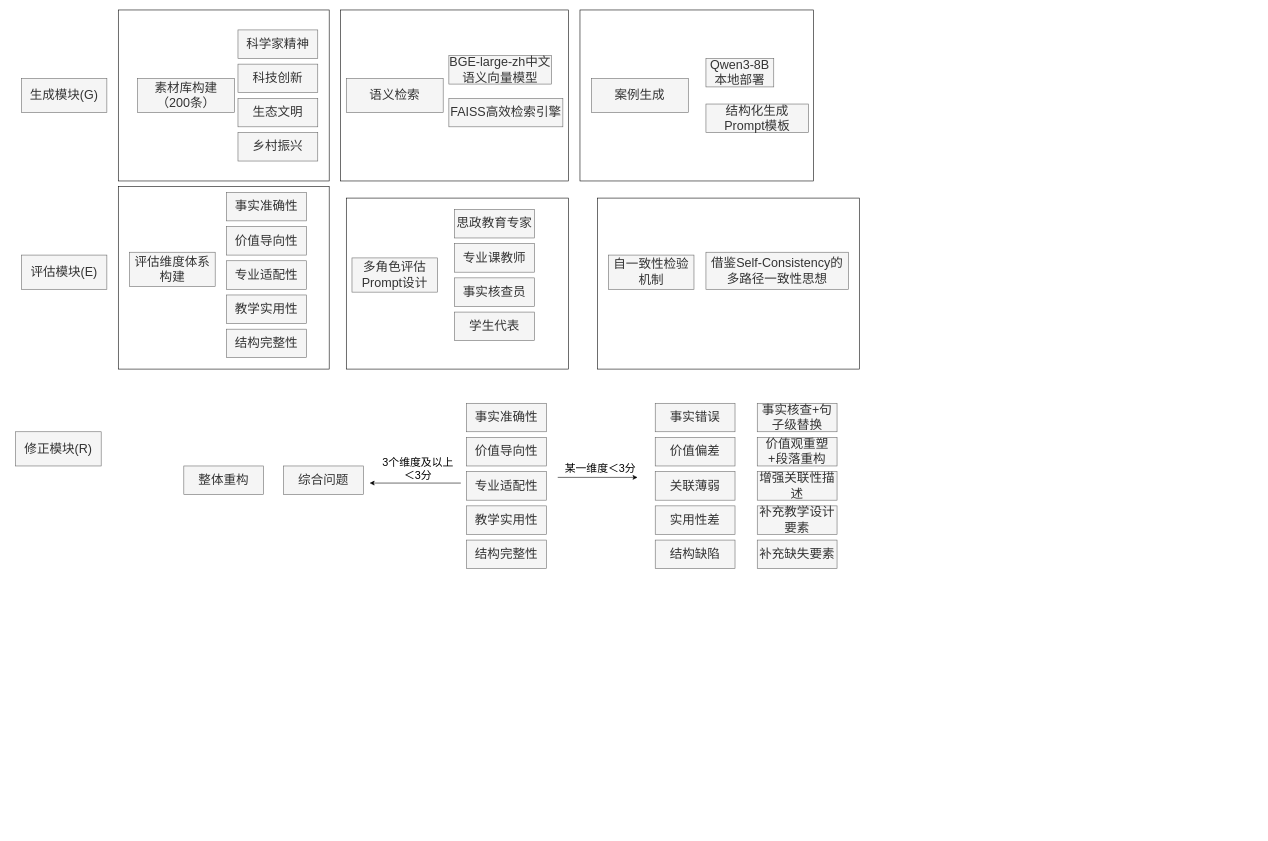
Above: （开题报告3）总体研究框架.drawio in handsome-tony/picture (draw.io), before the change. Source tidied: cells renumbered, new cells numbered last; positions are measured from the earlier drawing's top-left corner, leaving out a move shared by most shapes. Both pictures are drawn from the tidied source at 57%, with x=0, y=0 at pixel (15, 10).
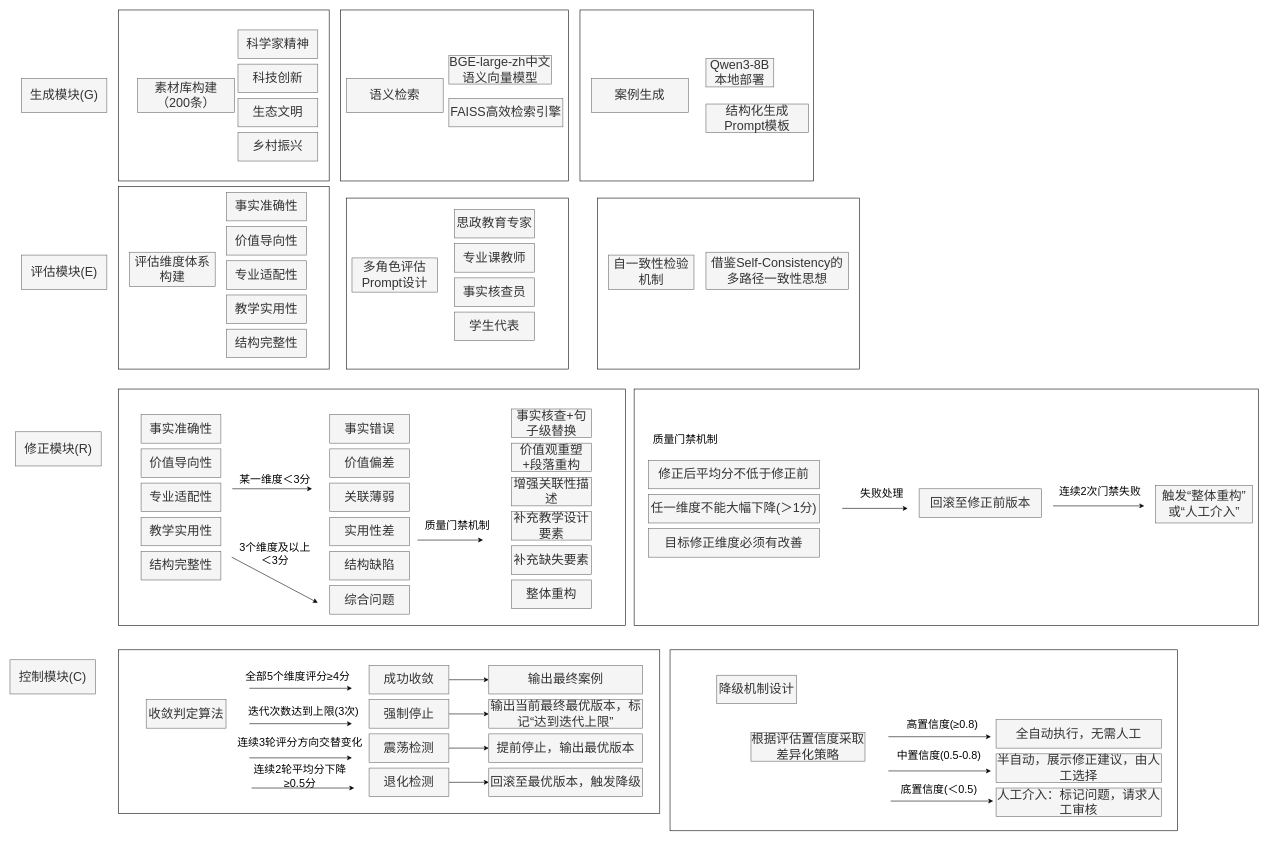
The same diagram, later.

Commit message:
更新（开题报告3）总体研究框架.drawio

Change to the diagram source:
```diff
@@
+    <mxCell id="56" style="rounded=0;whiteSpace=wrap;html=1;" parent="1" vertex="1">
+      <mxGeometry x="1148" y="1122.5" width="890" height="317.5" as="geometry" />
+    </mxCell>
+    <mxCell id="57" style="rounded=0;whiteSpace=wrap;html=1;" parent="1" vertex="1">
+      <mxGeometry x="180" y="1122.5" width="950" height="287.5" as="geometry" />
+    </mxCell>
+    <mxCell id="58" style="rounded=0;whiteSpace=wrap;html=1;" parent="1" vertex="1">
+      <mxGeometry x="1085" y="665" width="1095" height="415" as="geometry" />
+    </mxCell>
+    <mxCell id="59" style="rounded=0;whiteSpace=wrap;html=1;" parent="1" vertex="1">
+      <mxGeometry x="180" y="665" width="890" height="415" as="geometry" />
+    </mxCell>
@@
     <mxCell id="35" value="&lt;span style=&quot;font-size: 22px;&quot;&gt;事实准确性&lt;/span&gt;" style="rounded=0;whiteSpace=wrap;html=1;fillColor=#f5f5f5;fontColor=#333333;strokeColor=#666666;" parent="1" vertex="1">
-      <mxGeometry x="791" y="690" width="140" height="50" as="geometry" />
+      <mxGeometry x="220" y="710" width="140" height="50" as="geometry" />
     </mxCell>
     <mxCell id="36" value="&lt;span style=&quot;font-size: 22px;&quot;&gt;价值导向性&lt;/span&gt;" style="rounded=0;whiteSpace=wrap;html=1;fillColor=#f5f5f5;fontColor=#333333;strokeColor=#666666;" parent="1" vertex="1">
-      <mxGeometry x="791" y="750" width="140" height="50" as="geometry" />
+      <mxGeometry x="220" y="770" width="140" height="50" as="geometry" />
     </mxCell>
     <mxCell id="37" value="&lt;span style=&quot;font-size: 22px;&quot;&gt;专业适配性&lt;/span&gt;" style="rounded=0;whiteSpace=wrap;html=1;fillColor=#f5f5f5;fontColor=#333333;strokeColor=#666666;" parent="1" vertex="1">
-      <mxGeometry x="791" y="810" width="140" height="50" as="geometry" />
+      <mxGeometry x="220" y="830" width="140" height="50" as="geometry" />
     </mxCell>
     <mxCell id="38" value="&lt;span style=&quot;font-size: 22px;&quot;&gt;教学实用性&lt;/span&gt;" style="rounded=0;whiteSpace=wrap;html=1;fillColor=#f5f5f5;fontColor=#333333;strokeColor=#666666;" parent="1" vertex="1">
-      <mxGeometry x="791" y="870" width="140" height="50" as="geometry" />
+      <mxGeometry x="220" y="890" width="140" height="50" as="geometry" />
     </mxCell>
     <mxCell id="39" value="&lt;span style=&quot;font-size: 22px;&quot;&gt;结构完整性&lt;/span&gt;" style="rounded=0;whiteSpace=wrap;html=1;fillColor=#f5f5f5;fontColor=#333333;strokeColor=#666666;" parent="1" vertex="1">
-      <mxGeometry x="791" y="930" width="140" height="50" as="geometry" />
+      <mxGeometry x="220" y="950" width="140" height="50" as="geometry" />
     </mxCell>
     <mxCell id="40" value="&lt;span style=&quot;font-size: 22px;&quot;&gt;事实错误&lt;/span&gt;" style="rounded=0;whiteSpace=wrap;html=1;fillColor=#f5f5f5;fontColor=#333333;strokeColor=#666666;" parent="1" vertex="1">
-      <mxGeometry x="1122" y="690" width="140" height="50" as="geometry" />
+      <mxGeometry x="551" y="710" width="140" height="50" as="geometry" />
     </mxCell>
     <mxCell id="41" value="&lt;span style=&quot;font-size: 22px;&quot;&gt;价值偏差&lt;/span&gt;" style="rounded=0;whiteSpace=wrap;html=1;fillColor=#f5f5f5;fontColor=#333333;strokeColor=#666666;" parent="1" vertex="1">
-      <mxGeometry x="1122" y="750" width="140" height="50" as="geometry" />
+      <mxGeometry x="551" y="770" width="140" height="50" as="geometry" />
     </mxCell>
     <mxCell id="42" value="&lt;span style=&quot;font-size: 22px;&quot;&gt;关联薄弱&lt;/span&gt;" style="rounded=0;whiteSpace=wrap;html=1;fillColor=#f5f5f5;fontColor=#333333;strokeColor=#666666;" parent="1" vertex="1">
-      <mxGeometry x="1122" y="810" width="140" height="50" as="geometry" />
+      <mxGeometry x="551" y="830" width="140" height="50" as="geometry" />
     </mxCell>
     <mxCell id="43" value="&lt;span style=&quot;font-size: 22px;&quot;&gt;实用性差&lt;/span&gt;" style="rounded=0;whiteSpace=wrap;html=1;fillColor=#f5f5f5;fontColor=#333333;strokeColor=#666666;" parent="1" vertex="1">
-      <mxGeometry x="1122" y="870" width="140" height="50" as="geometry" />
+      <mxGeometry x="551" y="890" width="140" height="50" as="geometry" />
     </mxCell>
     <mxCell id="44" value="&lt;span style=&quot;font-size: 22px;&quot;&gt;结构缺陷&lt;/span&gt;" style="rounded=0;whiteSpace=wrap;html=1;fillColor=#f5f5f5;fontColor=#333333;strokeColor=#666666;" parent="1" vertex="1">
-      <mxGeometry x="1122" y="930" width="140" height="50" as="geometry" />
+      <mxGeometry x="551" y="950" width="140" height="50" as="geometry" />
     </mxCell>
     <mxCell id="45" value="&lt;span style=&quot;font-size: 22px;&quot;&gt;综合问题&lt;/span&gt;" style="rounded=0;whiteSpace=wrap;html=1;fillColor=#f5f5f5;fontColor=#333333;strokeColor=#666666;" parent="1" vertex="1">
-      <mxGeometry x="470" y="800" width="140" height="50" as="geometry" />
+      <mxGeometry x="551" y="1010" width="140" height="50" as="geometry" />
     </mxCell>
     <mxCell id="46" style="endArrow=classic;html=1;rounded=0;" parent="1" edge="1">
       <mxGeometry relative="1" as="geometry">
-        <mxPoint x="951" y="820" as="sourcePoint" />
-        <mxPoint x="1091" y="820" as="targetPoint" />
+        <mxPoint x="380" y="840" as="sourcePoint" />
+        <mxPoint x="520" y="840" as="targetPoint" />
       </mxGeometry>
     </mxCell>
     <mxCell id="47" value="&lt;span style=&quot;font-size: 19px;&quot;&gt;某一维度＜3分&lt;/span&gt;" style="text;html=1;whiteSpace=wrap;strokeColor=none;fillColor=none;align=center;verticalAlign=middle;rounded=0;" parent="1" vertex="1">
-      <mxGeometry x="961" y="790" width="130" height="30" as="geometry" />
+      <mxGeometry x="390" y="810" width="130" height="30" as="geometry" />
     </mxCell>
     <mxCell id="48" style="endArrow=classic;html=1;rounded=0;" parent="1" edge="1">
       <mxGeometry relative="1" as="geometry">
-        <mxPoint x="781" y="830" as="sourcePoint" />
-        <mxPoint x="621" y="830" as="targetPoint" />
+        <mxPoint x="379" y="960" as="sourcePoint" />
+        <mxPoint x="530" y="1040" as="targetPoint" />
       </mxGeometry>
     </mxCell>
     <mxCell id="49" value="&lt;span style=&quot;font-size: 19px;&quot;&gt;3个维度及以上＜3分&lt;/span&gt;" style="text;html=1;whiteSpace=wrap;strokeColor=none;fillColor=none;align=center;verticalAlign=middle;rounded=0;" parent="1" vertex="1">
-      <mxGeometry x="641" y="790" width="130" height="30" as="geometry" />
+      <mxGeometry x="390" y="940" width="130" height="30" as="geometry" />
     </mxCell>
     <mxCell id="50" value="&lt;span style=&quot;font-size: 22px;&quot;&gt;事实核查+句子级替换&lt;/span&gt;" style="rounded=0;whiteSpace=wrap;html=1;fillColor=#f5f5f5;fontColor=#333333;strokeColor=#666666;" parent="1" vertex="1">
-      <mxGeometry x="1301" y="690" width="140" height="50" as="geometry" />
+      <mxGeometry x="870" y="700" width="140" height="50" as="geometry" />
     </mxCell>
     <mxCell id="51" value="&lt;span style=&quot;font-size: 22px;&quot;&gt;价值观重塑+段落重构&lt;/span&gt;" style="rounded=0;whiteSpace=wrap;html=1;fillColor=#f5f5f5;fontColor=#333333;strokeColor=#666666;" parent="1" vertex="1">
-      <mxGeometry x="1301" y="750" width="140" height="50" as="geometry" />
+      <mxGeometry x="870" y="760" width="140" height="50" as="geometry" />
     </mxCell>
     <mxCell id="52" value="&lt;span style=&quot;font-size: 22px;&quot;&gt;增强关联性描述&lt;/span&gt;" style="rounded=0;whiteSpace=wrap;html=1;fillColor=#f5f5f5;fontColor=#333333;strokeColor=#666666;" parent="1" vertex="1">
-      <mxGeometry x="1301" y="810" width="140" height="50" as="geometry" />
+      <mxGeometry x="870" y="820" width="140" height="50" as="geometry" />
     </mxCell>
     <mxCell id="53" value="&lt;span style=&quot;font-size: 22px;&quot;&gt;补充教学设计要素&lt;/span&gt;" style="rounded=0;whiteSpace=wrap;html=1;fillColor=#f5f5f5;fontColor=#333333;strokeColor=#666666;" parent="1" vertex="1">
-      <mxGeometry x="1301" y="870" width="140" height="50" as="geometry" />
+      <mxGeometry x="870" y="880" width="140" height="50" as="geometry" />
     </mxCell>
     <mxCell id="54" value="&lt;span style=&quot;font-size: 22px;&quot;&gt;补充缺失要素&lt;/span&gt;" style="rounded=0;whiteSpace=wrap;html=1;fillColor=#f5f5f5;fontColor=#333333;strokeColor=#666666;" parent="1" vertex="1">
-      <mxGeometry x="1301" y="930" width="140" height="50" as="geometry" />
+      <mxGeometry x="870" y="940" width="140" height="50" as="geometry" />
     </mxCell>
     <mxCell id="55" value="&lt;span style=&quot;font-size: 22px;&quot;&gt;整体重构&lt;/span&gt;" style="rounded=0;whiteSpace=wrap;html=1;fillColor=#f5f5f5;fontColor=#333333;strokeColor=#666666;" parent="1" vertex="1">
-      <mxGeometry x="295" y="800" width="140" height="50" as="geometry" />
+      <mxGeometry x="870" y="1000" width="140" height="50" as="geometry" />
     </mxCell>
+    <mxCell id="60" value="&lt;font style=&quot;font-size: 22px;&quot;&gt;控制模块(C)&lt;/font&gt;" style="rounded=0;whiteSpace=wrap;html=1;fillColor=#f5f5f5;fontColor=#333333;strokeColor=#666666;" parent="1" vertex="1">
+      <mxGeometry x="-10" y="1140" width="150" height="60" as="geometry" />
+    </mxCell>
+    <mxCell id="61" style="endArrow=classic;html=1;rounded=0;" parent="1" edge="1">
+      <mxGeometry relative="1" as="geometry">
+        <mxPoint x="705" y="930" as="sourcePoint" />
+        <mxPoint x="820" y="930" as="targetPoint" />
+      </mxGeometry>
+    </mxCell>
+    <mxCell id="62" value="&lt;span style=&quot;font-size: 22px;&quot;&gt;修正后平均分不低于修正前&lt;/span&gt;" style="rounded=0;whiteSpace=wrap;html=1;fillColor=#f5f5f5;fontColor=#333333;strokeColor=#666666;" parent="1" vertex="1">
+      <mxGeometry x="1110" y="790" width="300" height="50" as="geometry" />
+    </mxCell>
+    <mxCell id="63" value="&lt;span style=&quot;font-size: 22px;&quot;&gt;任一维度不能大幅下降(＞1分)&lt;/span&gt;" style="rounded=0;whiteSpace=wrap;html=1;fillColor=#f5f5f5;fontColor=#333333;strokeColor=#666666;" parent="1" vertex="1">
+      <mxGeometry x="1110" y="850" width="300" height="50" as="geometry" />
+    </mxCell>
+    <mxCell id="64" value="&lt;span style=&quot;font-size: 22px;&quot;&gt;目标修正维度必须有改善&lt;/span&gt;" style="rounded=0;whiteSpace=wrap;html=1;fillColor=#f5f5f5;fontColor=#333333;strokeColor=#666666;" parent="1" vertex="1">
+      <mxGeometry x="1110" y="910" width="300" height="50" as="geometry" />
+    </mxCell>
+    <mxCell id="65" value="&lt;span style=&quot;font-size: 19px;&quot;&gt;质量门禁机制&lt;/span&gt;" style="text;html=1;whiteSpace=wrap;strokeColor=none;fillColor=none;align=center;verticalAlign=middle;rounded=0;" parent="1" vertex="1">
+      <mxGeometry x="710" y="890" width="130" height="30" as="geometry" />
+    </mxCell>
+    <mxCell id="66" value="&lt;span style=&quot;font-size: 19px;&quot;&gt;质量门禁机制&lt;/span&gt;" style="text;html=1;whiteSpace=wrap;strokeColor=none;fillColor=none;align=center;verticalAlign=middle;rounded=0;" parent="1" vertex="1">
+      <mxGeometry x="1110" y="740" width="130" height="30" as="geometry" />
+    </mxCell>
+    <mxCell id="67" style="endArrow=classic;html=1;rounded=0;" parent="1" edge="1">
+      <mxGeometry relative="1" as="geometry">
+        <mxPoint x="1450" y="874.4" as="sourcePoint" />
+        <mxPoint x="1565" y="874.4" as="targetPoint" />
+      </mxGeometry>
+    </mxCell>
+    <mxCell id="68" value="&lt;span style=&quot;font-size: 19px;&quot;&gt;失败处理&lt;/span&gt;" style="text;html=1;whiteSpace=wrap;strokeColor=none;fillColor=none;align=center;verticalAlign=middle;rounded=0;" parent="1" vertex="1">
+      <mxGeometry x="1455" y="834.4" width="130" height="30" as="geometry" />
+    </mxCell>
+    <mxCell id="69" value="&lt;span style=&quot;font-size: 22px;&quot;&gt;回滚至修正前版本&lt;/span&gt;" style="rounded=0;whiteSpace=wrap;html=1;fillColor=#f5f5f5;fontColor=#333333;strokeColor=#666666;" parent="1" vertex="1">
+      <mxGeometry x="1585" y="840" width="215" height="50" as="geometry" />
+    </mxCell>
+    <mxCell id="70" style="endArrow=classic;html=1;rounded=0;" parent="1" edge="1">
+      <mxGeometry relative="1" as="geometry">
+        <mxPoint x="1820" y="870" as="sourcePoint" />
+        <mxPoint x="1980" y="870" as="targetPoint" />
+      </mxGeometry>
+    </mxCell>
+    <mxCell id="71" value="&lt;span style=&quot;font-size: 19px;&quot;&gt;连续2次门禁失败&lt;/span&gt;" style="text;html=1;whiteSpace=wrap;strokeColor=none;fillColor=none;align=center;verticalAlign=middle;rounded=0;" parent="1" vertex="1">
+      <mxGeometry x="1825" y="830" width="155" height="30" as="geometry" />
+    </mxCell>
+    <mxCell id="72" value="&lt;span style=&quot;font-size: 22px;&quot;&gt;触发“整体重构”或“人工介入”&lt;/span&gt;" style="rounded=0;whiteSpace=wrap;html=1;fillColor=#f5f5f5;fontColor=#333333;strokeColor=#666666;" parent="1" vertex="1">
+      <mxGeometry x="2000" y="834.4" width="170" height="65.6" as="geometry" />
+    </mxCell>
+    <mxCell id="73" value="&lt;span style=&quot;font-size: 22px;&quot;&gt;收敛判定算法&lt;/span&gt;" style="rounded=0;whiteSpace=wrap;html=1;fillColor=#f5f5f5;fontColor=#333333;strokeColor=#666666;" parent="1" vertex="1">
+      <mxGeometry x="229" y="1210" width="140" height="50" as="geometry" />
+    </mxCell>
+    <mxCell id="74" style="edgeStyle=orthogonalEdgeStyle;rounded=0;jettySize=auto;html=1;entryX=0;entryY=0.5;entryDx=0;entryDy=0;" parent="1" edge="1" source="75" target="90">
+      <mxGeometry relative="1" as="geometry" />
+    </mxCell>
+    <mxCell id="75" value="&lt;span style=&quot;font-size: 22px;&quot;&gt;成功收敛&lt;/span&gt;" style="rounded=0;whiteSpace=wrap;html=1;fillColor=#f5f5f5;fontColor=#333333;strokeColor=#666666;" parent="1" vertex="1">
+      <mxGeometry x="620" y="1150" width="140" height="50" as="geometry" />
+    </mxCell>
+    <mxCell id="76" style="edgeStyle=orthogonalEdgeStyle;rounded=0;jettySize=auto;html=1;entryX=0;entryY=0.5;entryDx=0;entryDy=0;" parent="1" edge="1" source="77" target="91">
+      <mxGeometry relative="1" as="geometry" />
+    </mxCell>
+    <mxCell id="77" value="&lt;span style=&quot;font-size: 22px;&quot;&gt;强制停止&lt;/span&gt;" style="rounded=0;whiteSpace=wrap;html=1;fillColor=#f5f5f5;fontColor=#333333;strokeColor=#666666;" parent="1" vertex="1">
+      <mxGeometry x="620" y="1210" width="140" height="50" as="geometry" />
+    </mxCell>
+    <mxCell id="78" style="edgeStyle=orthogonalEdgeStyle;rounded=0;jettySize=auto;html=1;entryX=0;entryY=0.5;entryDx=0;entryDy=0;" parent="1" edge="1" source="79" target="92">
+      <mxGeometry relative="1" as="geometry" />
+    </mxCell>
+    <mxCell id="79" value="&lt;span style=&quot;font-size: 22px;&quot;&gt;震荡检测&lt;/span&gt;" style="rounded=0;whiteSpace=wrap;html=1;fillColor=#f5f5f5;fontColor=#333333;strokeColor=#666666;" parent="1" vertex="1">
+      <mxGeometry x="620" y="1270" width="140" height="50" as="geometry" />
+    </mxCell>
+    <mxCell id="80" style="edgeStyle=orthogonalEdgeStyle;rounded=0;jettySize=auto;html=1;entryX=0;entryY=0.5;entryDx=0;entryDy=0;" parent="1" edge="1" source="81" target="93">
+      <mxGeometry relative="1" as="geometry" />
+    </mxCell>
+    <mxCell id="81" value="&lt;span style=&quot;font-size: 22px;&quot;&gt;退化检测&lt;/span&gt;" style="rounded=0;whiteSpace=wrap;html=1;fillColor=#f5f5f5;fontColor=#333333;strokeColor=#666666;" parent="1" vertex="1">
+      <mxGeometry x="620" y="1330" width="140" height="50" as="geometry" />
+    </mxCell>
+    <mxCell id="82" style="endArrow=classic;html=1;rounded=0;" parent="1" edge="1">
+      <mxGeometry relative="1" as="geometry">
+        <mxPoint x="410" y="1190" as="sourcePoint" />
+        <mxPoint x="590" y="1190" as="targetPoint" />
+      </mxGeometry>
+    </mxCell>
+    <mxCell id="83" value="&lt;span style=&quot;font-size: 19px;&quot;&gt;全部5个维度评分≥4分&lt;/span&gt;" style="text;html=1;whiteSpace=wrap;strokeColor=none;fillColor=none;align=center;verticalAlign=middle;rounded=0;" parent="1" vertex="1">
+      <mxGeometry x="400" y="1155" width="190" height="30" as="geometry" />
+    </mxCell>
+    <mxCell id="84" style="endArrow=classic;html=1;rounded=0;" parent="1" edge="1">
+      <mxGeometry relative="1" as="geometry">
+        <mxPoint x="410" y="1252.1" as="sourcePoint" />
+        <mxPoint x="590" y="1252.1" as="targetPoint" />
+      </mxGeometry>
+    </mxCell>
+    <mxCell id="85" value="&lt;span style=&quot;font-size: 19px;&quot;&gt;迭代次数达到上限(3次)&lt;/span&gt;" style="text;html=1;whiteSpace=wrap;strokeColor=none;fillColor=none;align=center;verticalAlign=middle;rounded=0;" parent="1" vertex="1">
+      <mxGeometry x="400" y="1217.1" width="210" height="30" as="geometry" />
+    </mxCell>
+    <mxCell id="86" style="endArrow=classic;html=1;rounded=0;" parent="1" edge="1">
+      <mxGeometry relative="1" as="geometry">
+        <mxPoint x="410" y="1312.1" as="sourcePoint" />
+        <mxPoint x="590" y="1312.1" as="targetPoint" />
+      </mxGeometry>
+    </mxCell>
+    <mxCell id="87" value="&lt;span style=&quot;font-size: 19px;&quot;&gt;连续3轮评分方向交替变化&lt;/span&gt;" style="text;html=1;whiteSpace=wrap;strokeColor=none;fillColor=none;align=center;verticalAlign=middle;rounded=0;" parent="1" vertex="1">
+      <mxGeometry x="384" y="1270" width="230" height="30" as="geometry" />
+    </mxCell>
+    <mxCell id="88" style="endArrow=classic;html=1;rounded=0;" parent="1" edge="1">
+      <mxGeometry relative="1" as="geometry">
+        <mxPoint x="414" y="1365" as="sourcePoint" />
+        <mxPoint x="594" y="1365" as="targetPoint" />
+      </mxGeometry>
+    </mxCell>
+    <mxCell id="89" value="&lt;span style=&quot;font-size: 19px;&quot;&gt;连续2轮平均分下降≥0.5分&lt;/span&gt;" style="text;html=1;whiteSpace=wrap;strokeColor=none;fillColor=none;align=center;verticalAlign=middle;rounded=0;" parent="1" vertex="1">
+      <mxGeometry x="404" y="1330" width="190" height="30" as="geometry" />
+    </mxCell>
+    <mxCell id="90" value="&lt;span style=&quot;font-size: 22px;&quot;&gt;输出最终案例&lt;/span&gt;" style="rounded=0;whiteSpace=wrap;html=1;fillColor=#f5f5f5;fontColor=#333333;strokeColor=#666666;" parent="1" vertex="1">
+      <mxGeometry x="830" y="1150" width="270" height="50" as="geometry" />
+    </mxCell>
+    <mxCell id="91" value="&lt;span style=&quot;font-size: 22px;&quot;&gt;输出当前最终最优版本，标记“达到迭代上限”&lt;/span&gt;" style="rounded=0;whiteSpace=wrap;html=1;fillColor=#f5f5f5;fontColor=#333333;strokeColor=#666666;" parent="1" vertex="1">
+      <mxGeometry x="830" y="1210" width="270" height="50" as="geometry" />
+    </mxCell>
+    <mxCell id="92" value="&lt;span style=&quot;font-size: 22px;&quot;&gt;提前停止，输出最优版本&lt;/span&gt;" style="rounded=0;whiteSpace=wrap;html=1;fillColor=#f5f5f5;fontColor=#333333;strokeColor=#666666;" parent="1" vertex="1">
+      <mxGeometry x="830" y="1270" width="270" height="50" as="geometry" />
+    </mxCell>
+    <mxCell id="93" value="&lt;span style=&quot;font-size: 22px;&quot;&gt;回滚至最优版本，触发降级&lt;/span&gt;" style="rounded=0;whiteSpace=wrap;html=1;fillColor=#f5f5f5;fontColor=#333333;strokeColor=#666666;" parent="1" vertex="1">
+      <mxGeometry x="830" y="1330" width="270" height="50" as="geometry" />
+    </mxCell>
+    <mxCell id="94" value="&lt;span style=&quot;font-size: 22px;&quot;&gt;降级机制设计&lt;/span&gt;" style="rounded=0;whiteSpace=wrap;html=1;fillColor=#f5f5f5;fontColor=#333333;strokeColor=#666666;" parent="1" vertex="1">
+      <mxGeometry x="1230" y="1167.1" width="140" height="50" as="geometry" />
+    </mxCell>
+    <mxCell id="95" value="&lt;span style=&quot;font-size: 22px;&quot;&gt;根据评估置信度采取差异化策略&lt;/span&gt;" style="rounded=0;whiteSpace=wrap;html=1;fillColor=#f5f5f5;fontColor=#333333;strokeColor=#666666;" parent="1" vertex="1">
+      <mxGeometry x="1290" y="1267.9" width="200" height="50" as="geometry" />
+    </mxCell>
+    <mxCell id="96" value="&lt;span style=&quot;font-size: 22px;&quot;&gt;全自动执行，无需人工&lt;/span&gt;" style="rounded=0;whiteSpace=wrap;html=1;fillColor=#f5f5f5;fontColor=#333333;strokeColor=#666666;" parent="1" vertex="1">
+      <mxGeometry x="1720" y="1245" width="290" height="50" as="geometry" />
+    </mxCell>
+    <mxCell id="97" value="&lt;span style=&quot;font-size: 22px;&quot;&gt;半自动，展示修正建议，由人工选择&lt;/span&gt;" style="rounded=0;whiteSpace=wrap;html=1;fillColor=#f5f5f5;fontColor=#333333;strokeColor=#666666;" parent="1" vertex="1">
+      <mxGeometry x="1720" y="1305" width="290" height="50" as="geometry" />
+    </mxCell>
+    <mxCell id="98" value="&lt;span style=&quot;font-size: 22px;&quot;&gt;人工介入：标记问题，请求人工审核&lt;/span&gt;" style="rounded=0;whiteSpace=wrap;html=1;fillColor=#f5f5f5;fontColor=#333333;strokeColor=#666666;" parent="1" vertex="1">
+      <mxGeometry x="1720" y="1365" width="290" height="50" as="geometry" />
+    </mxCell>
+    <mxCell id="99" style="endArrow=classic;html=1;rounded=0;" parent="1" edge="1">
+      <mxGeometry relative="1" as="geometry">
+        <mxPoint x="1531" y="1275" as="sourcePoint" />
+        <mxPoint x="1711" y="1275" as="targetPoint" />
+      </mxGeometry>
+    </mxCell>
+    <mxCell id="100" value="&lt;span style=&quot;font-size: 19px;&quot;&gt;高置信度(≥0.8)&lt;/span&gt;" style="text;html=1;whiteSpace=wrap;strokeColor=none;fillColor=none;align=center;verticalAlign=middle;rounded=0;" parent="1" vertex="1">
+      <mxGeometry x="1521" y="1240" width="210" height="30" as="geometry" />
+    </mxCell>
+    <mxCell id="101" style="endArrow=classic;html=1;rounded=0;" parent="1" edge="1">
+      <mxGeometry relative="1" as="geometry">
+        <mxPoint x="1531" y="1335" as="sourcePoint" />
+        <mxPoint x="1711" y="1335" as="targetPoint" />
+      </mxGeometry>
+    </mxCell>
+    <mxCell id="102" value="&lt;span style=&quot;font-size: 19px;&quot;&gt;中置信度(0.5-0.8)&lt;/span&gt;" style="text;html=1;whiteSpace=wrap;strokeColor=none;fillColor=none;align=center;verticalAlign=middle;rounded=0;" parent="1" vertex="1">
+      <mxGeometry x="1505" y="1292.9" width="230" height="30" as="geometry" />
+    </mxCell>
+    <mxCell id="103" style="endArrow=classic;html=1;rounded=0;" parent="1" edge="1">
+      <mxGeometry relative="1" as="geometry">
+        <mxPoint x="1535" y="1387.9" as="sourcePoint" />
+        <mxPoint x="1715" y="1387.9" as="targetPoint" />
+      </mxGeometry>
+    </mxCell>
+    <mxCell id="104" value="&lt;span style=&quot;font-size: 19px;&quot;&gt;底置信度(＜0.5)&lt;/span&gt;" style="text;html=1;whiteSpace=wrap;strokeColor=none;fillColor=none;align=center;verticalAlign=middle;rounded=0;" parent="1" vertex="1">
+      <mxGeometry x="1525" y="1352.9" width="190" height="30" as="geometry" />
+    </mxCell>
```
